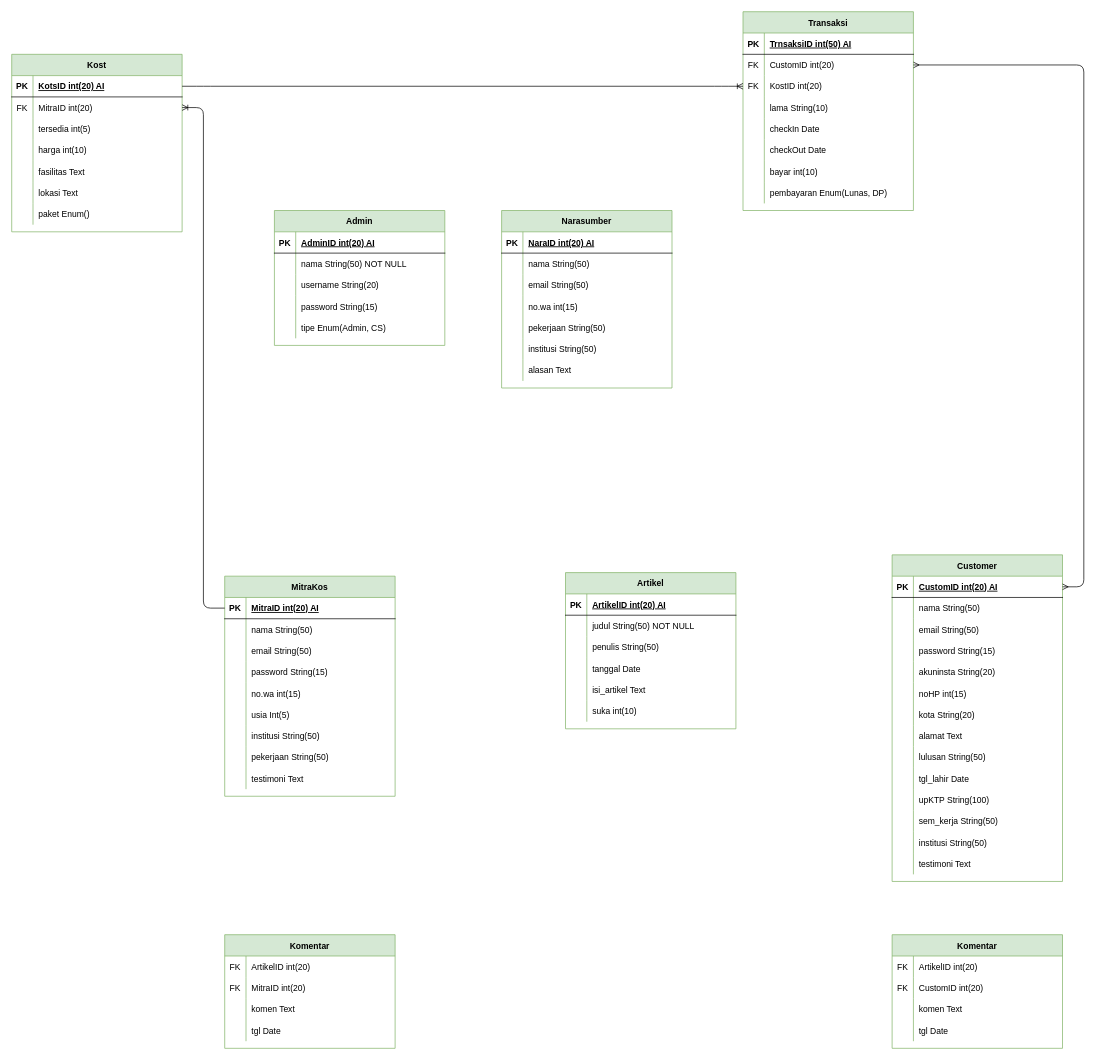
Above: ERD TerasKos.drawio in sendy452/DIagram-Model (draw.io), before the change. Source tidied: cells renumbered, new cells numbered last; positions are measured from the earlier drawing's top-left corner, leaving out a move shared by most shapes. Both pictures are drawn from the tidied source at 71%, with x=0, y=0 at pixel (11, 11).
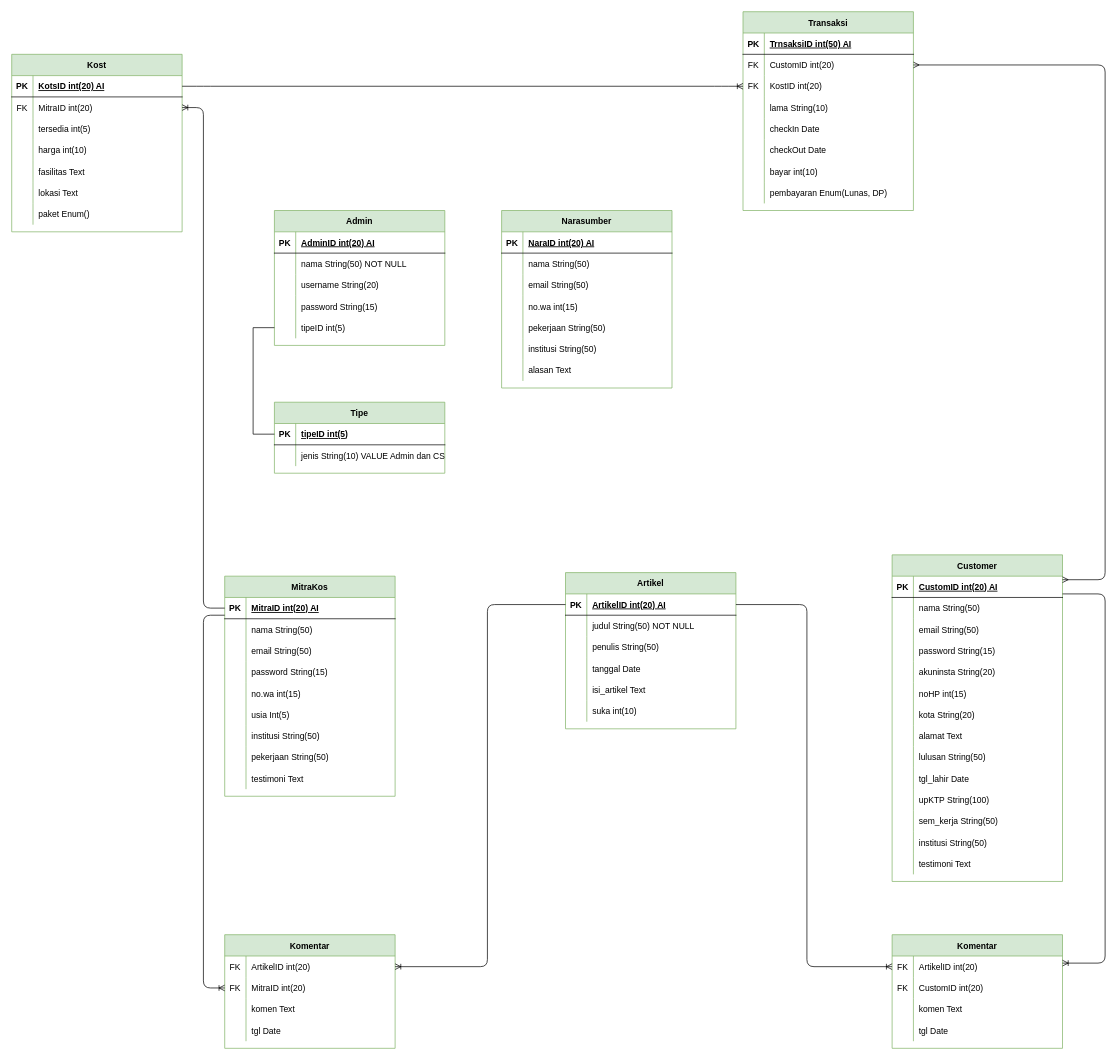
The same page after the edit.

Unchanged cells that the change refers to:
```xml
<mxCell id="3" style="shape=partialRectangle;fillColor=none;points=[[0,0.5],[1,0.5]];portConstraint=eastwest;top=0;left=0;right=0;bottom=1;" parent="2" vertex="1">
  <mxGeometry y="30" width="240" height="30" as="geometry" />
</mxCell>
<mxCell id="31" style="shape=partialRectangle;fillColor=none;points=[[0,0.5],[1,0.5]];portConstraint=eastwest;top=0;left=0;right=0;bottom=1;" parent="30" vertex="1">
  <mxGeometry y="30" width="240" height="30" as="geometry" />
</mxCell>
<mxCell id="86" style="shape=partialRectangle;fillColor=none;top=0;left=0;bottom=0;right=0;points=[[0,0.5],[1,0.5]];portConstraint=eastwest;" parent="73" vertex="1">
  <mxGeometry y="150" width="240" height="30" as="geometry" />
</mxCell>
<mxCell id="90" style="shape=partialRectangle;fillColor=none;top=0;left=0;bottom=1;right=0;points=[[0,0.5],[1,0.5]];portConstraint=eastwest;" parent="89" vertex="1">
  <mxGeometry y="30" width="240" height="30" as="geometry" />
</mxCell>
<mxCell id="156" style="shape=partialRectangle;fillColor=none;top=0;left=0;bottom=0;right=0;points=[[0,0.5],[1,0.5]];portConstraint=eastwest;" parent="152" vertex="1">
  <mxGeometry y="60" width="240" height="30" as="geometry" />
</mxCell>
<mxCell id="178" style="shape=partialRectangle;fillColor=none;top=0;left=0;bottom=0;right=0;points=[[0,0.5],[1,0.5]];portConstraint=eastwest;" parent="177" vertex="1">
  <mxGeometry y="30" width="240" height="30" as="geometry" />
</mxCell>
<mxCell id="194" style="shape=partialRectangle;fillColor=none;top=0;left=0;bottom=0;right=0;points=[[0,0.5],[1,0.5]];portConstraint=eastwest;" parent="193" vertex="1">
  <mxGeometry y="30" width="240" height="30" as="geometry" />
</mxCell>
<mxCell id="197" style="shape=partialRectangle;fillColor=none;top=0;left=0;bottom=0;right=0;points=[[0,0.5],[1,0.5]];portConstraint=eastwest;" parent="193" vertex="1">
  <mxGeometry y="60" width="240" height="30" as="geometry" />
</mxCell>
```

What changed in the source:
```diff
@@
-    <mxCell id="88" value="tipe Enum(Admin, CS)" style="shape=partialRectangle;fillColor=none;top=0;left=0;bottom=0;right=0;align=left;spacingLeft=6;overflow=hidden;" parent="86" vertex="1">
+    <mxCell id="88" value="tipeID int(5)" style="shape=partialRectangle;fillColor=none;top=0;left=0;bottom=0;right=0;align=left;spacingLeft=6;overflow=hidden;" parent="86" vertex="1">
       <mxGeometry x="30" width="210" height="30" as="geometry" />
     </mxCell>
@@
-    <mxCell id="192" style="edgeStyle=entityRelationEdgeStyle;fontSize=12;html=1;endArrow=ERmany;startArrow=ERmany;" parent="1" edge="1" source="31" target="156">
-      <mxGeometry relative="1" as="geometry" />
+    <mxCell id="192" style="edgeStyle=orthogonalEdgeStyle;fontSize=12;html=1;endArrow=ERmany;startArrow=ERmany;" parent="1" edge="1" source="31" target="156">
+      <mxGeometry relative="1" as="geometry">
+        <Array as="points">
+          <mxPoint x="1540" y="800" />
+          <mxPoint x="1540" y="75" />
+        </Array>
+      </mxGeometry>
     </mxCell>
@@
+    <mxCell id="206" style="edgeStyle=orthogonalEdgeStyle;fontSize=12;html=1;endArrow=ERoneToMany;" parent="1" edge="1" source="90" target="194">
+      <mxGeometry relative="1" as="geometry">
+        <Array as="points">
+          <mxPoint x="670" y="835" />
+          <mxPoint x="670" y="1345" />
+        </Array>
+      </mxGeometry>
+    </mxCell>
+    <mxCell id="207" style="edgeStyle=orthogonalEdgeStyle;fontSize=12;html=1;endArrow=ERoneToMany;" parent="1" edge="1" source="3" target="197">
+      <mxGeometry relative="1" as="geometry">
+        <Array as="points">
+          <mxPoint x="270" y="850" />
+          <mxPoint x="270" y="1375" />
+        </Array>
+      </mxGeometry>
+    </mxCell>
+    <mxCell id="208" style="edgeStyle=orthogonalEdgeStyle;fontSize=12;html=1;endArrow=ERoneToMany;" parent="1" edge="1" source="90" target="178">
+      <mxGeometry relative="1" as="geometry">
+        <Array as="points">
+          <mxPoint x="1120" y="835" />
+          <mxPoint x="1120" y="1345" />
+        </Array>
+      </mxGeometry>
+    </mxCell>
+    <mxCell id="209" style="edgeStyle=orthogonalEdgeStyle;fontSize=12;html=1;endArrow=ERoneToMany;" parent="1" edge="1" source="31" target="178">
+      <mxGeometry relative="1" as="geometry">
+        <Array as="points">
+          <mxPoint x="1540" y="820" />
+          <mxPoint x="1540" y="1340" />
+        </Array>
+      </mxGeometry>
+    </mxCell>
+    <mxCell id="210" value="Tipe" style="shape=table;startSize=30;childLayout=tableLayout;rowLines=0;fontStyle=1;align=center;fillColor=#d5e8d4;strokeColor=#82b366;" parent="1" vertex="1">
+      <mxGeometry x="370" y="550" width="240" height="100" as="geometry" />
+    </mxCell>
+    <mxCell id="211" style="shape=partialRectangle;fillColor=none;top=0;left=0;bottom=1;right=0;points=[[0,0.5],[1,0.5]];portConstraint=eastwest;" parent="210" vertex="1">
+      <mxGeometry y="30" width="240" height="30" as="geometry" />
+    </mxCell>
+    <mxCell id="212" value="PK" style="shape=partialRectangle;fillColor=none;top=0;left=0;bottom=0;right=0;fontStyle=1;overflow=hidden;" parent="211" vertex="1">
+      <mxGeometry width="30" height="30" as="geometry" />
+    </mxCell>
+    <mxCell id="213" value="tipeID int(5)" style="shape=partialRectangle;fillColor=none;top=0;left=0;bottom=0;right=0;align=left;spacingLeft=6;fontStyle=5;overflow=hidden;" parent="211" vertex="1">
+      <mxGeometry x="30" width="210" height="30" as="geometry" />
+    </mxCell>
+    <mxCell id="214" style="shape=partialRectangle;fillColor=none;top=0;left=0;bottom=0;right=0;" parent="210" vertex="1">
+      <mxGeometry y="60" width="240" height="30" as="geometry" />
+    </mxCell>
+    <mxCell id="215" style="shape=partialRectangle;fillColor=none;top=0;left=0;bottom=0;right=0;overflow=hidden;" parent="214" vertex="1">
+      <mxGeometry width="30" height="30" as="geometry" />
+    </mxCell>
+    <mxCell id="216" value="jenis String(10) VALUE Admin dan CS" style="shape=partialRectangle;fillColor=none;top=0;left=0;bottom=0;right=0;align=left;spacingLeft=6;overflow=hidden;" parent="214" vertex="1">
+      <mxGeometry x="30" width="210" height="30" as="geometry" />
+    </mxCell>
+    <mxCell id="217" style="endArrow=none;html=1;rounded=0;edgeStyle=orthogonalEdgeStyle;" parent="1" edge="1" source="86" target="211">
+      <mxGeometry relative="1" as="geometry">
+        <Array as="points">
+          <mxPoint x="340" y="445" />
+          <mxPoint x="340" y="595" />
+        </Array>
+      </mxGeometry>
+    </mxCell>
```
